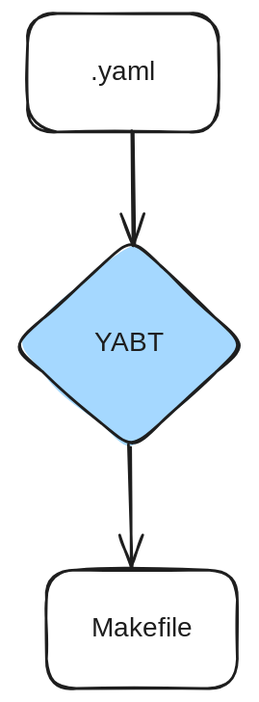
abhiroopdatta7/YABT keeps this Excalidraw diagram as images/idea.excalidraw.svg. Above is the earlier version. Source tidied: one line per element, renumbered; positions are measured from the earlier drawing's top-left corner, leaving out a move shared by most shapes. Its diagram source:
```json
{"id": 0, "type": "rectangle", "strokeColor": "#1e1e1e", "strokeWidth": 2, "roughness": 1, "round": true, "x": 10, "y": 0, "width": 142, "height": 88}
{"id": 1, "type": "text", "text": ".yaml", "strokeColor": "#1e1e1e", "strokeWidth": 2, "roughness": 1, "fontSize": 20, "fontFamily": 5, "textAlign": "center", "verticalAlign": "middle", "inside": 0, "x": 59, "y": 31, "width": 45, "height": 25}
{"id": 2, "type": "rectangle", "strokeColor": "#1e1e1e", "strokeWidth": 2, "roughness": 1, "round": true, "x": 24, "y": 412, "width": 142, "height": 88}
{"id": 3, "type": "text", "text": "Makefile", "strokeColor": "#1e1e1e", "strokeWidth": 2, "roughness": 1, "fontSize": 20, "fontFamily": 5, "textAlign": "center", "verticalAlign": "middle", "inside": 2, "x": 56, "y": 444, "width": 78, "height": 25}
{"id": 4, "type": "diamond", "strokeColor": "#1e1e1e", "backgroundColor": "#a5d8ff", "fillStyle": "solid", "strokeWidth": 2, "roughness": 1, "round": true, "x": 0, "y": 167, "width": 172, "height": 157}
{"id": 5, "type": "text", "text": "YABT", "strokeColor": "#1e1e1e", "strokeWidth": 2, "roughness": 1, "fontSize": 20, "fontFamily": 5, "textAlign": "center", "verticalAlign": "middle", "inside": 4, "x": 59, "y": 232, "width": 55, "height": 25}
{"id": 6, "type": "arrow", "strokeColor": "#1e1e1e", "strokeWidth": 2, "roughness": 1, "endArrowhead": "arrow", "round": true, "from": 0, "to": 4, "x": 88, "y": 88, "width": 2, "height": 82, "points": [[0, 0], [2, 82]]}
{"id": 7, "type": "arrow", "strokeColor": "#1e1e1e", "strokeWidth": 2, "roughness": 1, "endArrowhead": "arrow", "round": true, "from": 4, "to": 2, "x": 86, "y": 320, "width": 1, "height": 91, "points": [[0, 0], [1, 91]]}
```
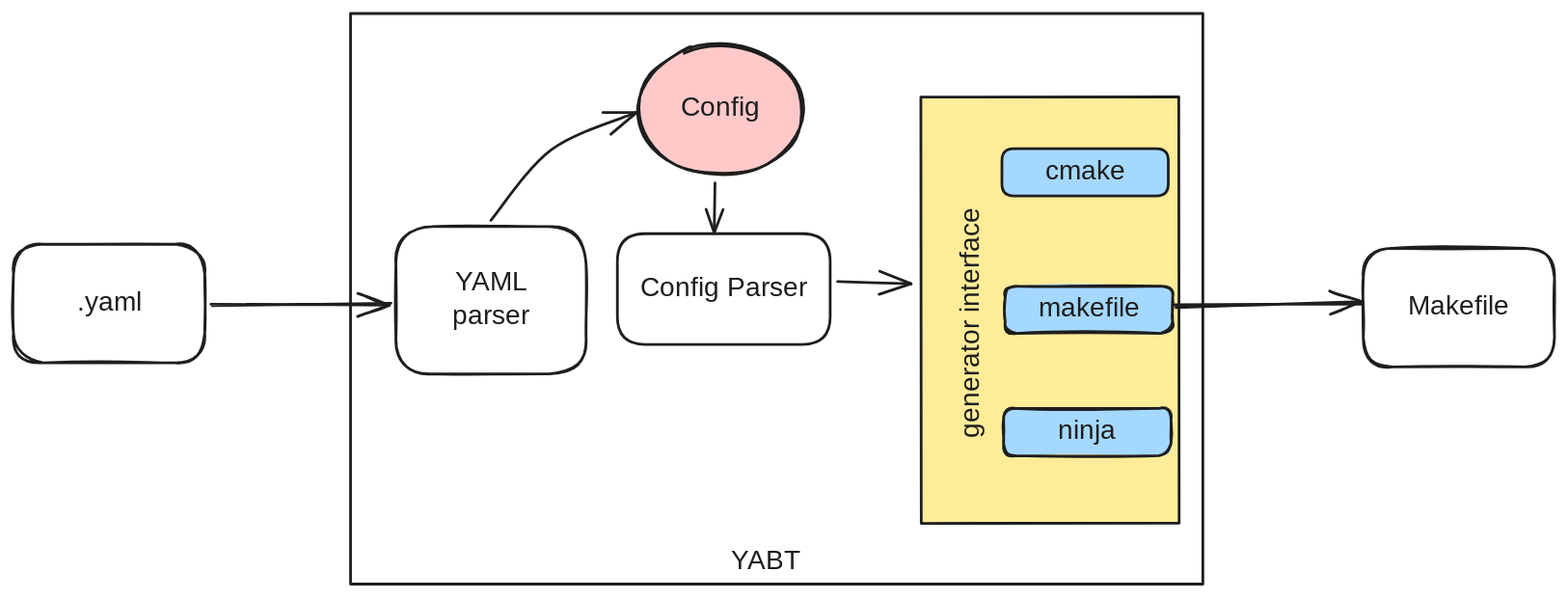
After the change.

Commit message:
update idea image with different modules

Change to the diagram source:
```diff
@@ -1,8 +1,25 @@
-{"id": 0, "type": "rectangle", "strokeColor": "#1e1e1e", "strokeWidth": 2, "roughness": 1, "round": true, "x": 10, "y": 0, "width": 142, "height": 88}
+{"id": 0, "type": "rectangle", "strokeColor": "#1e1e1e", "strokeWidth": 2, "roughness": 1, "round": true, "x": -325, "y": 121, "width": 142, "height": 88}
-{"id": 1, "type": "text", "text": ".yaml", "strokeColor": "#1e1e1e", "strokeWidth": 2, "roughness": 1, "fontSize": 20, "fontFamily": 5, "textAlign": "center", "verticalAlign": "middle", "inside": 0, "x": 59, "y": 31, "width": 45, "height": 25}
+{"id": 1, "type": "text", "text": ".yaml", "strokeColor": "#1e1e1e", "strokeWidth": 2, "roughness": 1, "fontSize": 20, "fontFamily": 5, "textAlign": "center", "verticalAlign": "middle", "inside": 0, "x": -277, "y": 152, "width": 45, "height": 25}
-{"id": 2, "type": "rectangle", "strokeColor": "#1e1e1e", "strokeWidth": 2, "roughness": 1, "round": true, "x": 24, "y": 412, "width": 142, "height": 88}
+{"id": 2, "type": "rectangle", "strokeColor": "#1e1e1e", "strokeWidth": 2, "roughness": 1, "round": true, "x": 675, "y": 124, "width": 142, "height": 88}
-{"id": 3, "type": "text", "text": "Makefile", "strokeColor": "#1e1e1e", "strokeWidth": 2, "roughness": 1, "fontSize": 20, "fontFamily": 5, "textAlign": "center", "verticalAlign": "middle", "inside": 2, "x": 56, "y": 444, "width": 78, "height": 25}
+{"id": 3, "type": "text", "text": "Makefile", "strokeColor": "#1e1e1e", "strokeWidth": 2, "roughness": 1, "fontSize": 20, "fontFamily": 5, "textAlign": "center", "verticalAlign": "middle", "inside": 2, "x": 706, "y": 156, "width": 78, "height": 25}
-{"id": 4, "type": "diamond", "strokeColor": "#1e1e1e", "backgroundColor": "#a5d8ff", "fillStyle": "solid", "strokeWidth": 2, "roughness": 1, "round": true, "x": 0, "y": 167, "width": 172, "height": 157}
+{"id": 6, "type": "arrow", "strokeColor": "#1e1e1e", "strokeWidth": 2, "roughness": 1, "endArrowhead": "arrow", "round": true, "from": 0, "to": 11, "x": -178, "y": 167, "width": 133, "height": 2, "points": [[0, 0], [133, -2]]}
+{"id": 8, "type": "rectangle", "strokeColor": "#1e1e1e", "strokeWidth": 2, "roughness": 0, "x": -75, "y": -50, "width": 631, "height": 422}
+{"id": 9, "type": "rectangle", "strokeColor": "#1e1e1e", "angle": 4.71, "backgroundColor": "#ffec99", "fillStyle": "solid", "strokeWidth": 2, "roughness": 0, "x": 285, "y": 74, "width": 316, "height": 191}
+{"id": 10, "type": "text", "text": "generator interface", "strokeColor": "#1e1e1e", "angle": 4.71, "backgroundColor": "#ffec99", "fillStyle": "solid", "strokeWidth": 2, "roughness": 1, "fontSize": 20, "fontFamily": 5, "verticalAlign": "middle", "inside": 9, "x": 290, "y": 157, "width": 189, "height": 25}
+{"id": 11, "type": "rectangle", "strokeColor": "#1e1e1e", "strokeWidth": 2, "roughness": 1, "round": true, "x": -42, "y": 108, "width": 141, "height": 109}
+{"id": 12, "type": "text", "text": "YAML\nparser", "strokeColor": "#1e1e1e", "strokeWidth": 2, "roughness": 1, "fontSize": 20, "fontFamily": 5, "textAlign": "center", "verticalAlign": "middle", "inside": 11, "x": -1, "y": 138, "width": 60, "height": 50}
+{"id": 13, "type": "rectangle", "strokeColor": "#1e1e1e", "backgroundColor": "#a5d8ff", "fillStyle": "solid", "strokeWidth": 2, "roughness": 1, "round": true, "x": 410, "y": 152, "width": 124, "height": 35}
+{"id": 14, "type": "text", "text": "makefile", "strokeColor": "#1e1e1e", "backgroundColor": "#a5d8ff", "fillStyle": "solid", "strokeWidth": 2, "roughness": 1, "fontSize": 20, "fontFamily": 5, "textAlign": "center", "verticalAlign": "middle", "inside": 13, "x": 433, "y": 157, "width": 76, "height": 25}
+{"id": 15, "type": "ellipse", "strokeColor": "#1e1e1e", "backgroundColor": "#ffc9c9", "fillStyle": "solid", "strokeWidth": 2, "roughness": 1, "round": true, "x": 138, "y": -27, "width": 122, "height": 96}
+{"id": 16, "type": "text", "text": "Config", "strokeColor": "#1e1e1e", "backgroundColor": "#a5d8ff", "fillStyle": "solid", "strokeWidth": 2, "roughness": 1, "fontSize": 20, "fontFamily": 5, "textAlign": "center", "verticalAlign": "middle", "inside": 15, "x": 169, "y": 8, "width": 61, "height": 25}
+{"id": 17, "type": "arrow", "strokeColor": "#1e1e1e", "backgroundColor": "#a5d8ff", "fillStyle": "solid", "strokeWidth": 2, "roughness": 0, "endArrowhead": "arrow", "round": true, "from": 11, "to": 15, "x": 29, "y": 103, "width": 108, "height": 80, "points": [[0, 0], [45, -52], [108, -80]]}
+{"id": 18, "type": "rectangle", "strokeColor": "#1e1e1e", "strokeWidth": 2, "roughness": 0, "round": true, "x": 122, "y": 113, "width": 158, "height": 82}
+{"id": 19, "type": "text", "text": "Config Parser", "strokeColor": "#1e1e1e", "strokeWidth": 2, "roughness": 0, "fontSize": 20, "fontFamily": 5, "textAlign": "center", "verticalAlign": "middle", "inside": 18, "x": 135, "y": 142, "width": 132, "height": 25}
+{"id": 20, "type": "arrow", "strokeColor": "#1e1e1e", "strokeWidth": 2, "roughness": 0, "endArrowhead": "arrow", "round": true, "from": 15, "to": 18, "x": 195, "y": 76, "width": 1, "height": 37, "points": [[0, 0], [-1, 37]]}
+{"id": 21, "type": "rectangle", "strokeColor": "#1e1e1e", "backgroundColor": "#a5d8ff", "fillStyle": "solid", "strokeWidth": 2, "roughness": 1, "round": true, "x": 408, "y": 243, "width": 124, "height": 35}
+{"id": 22, "type": "text", "text": "ninja", "strokeColor": "#1e1e1e", "backgroundColor": "#a5d8ff", "fillStyle": "solid", "strokeWidth": 2, "roughness": 1, "fontSize": 20, "fontFamily": 5, "textAlign": "center", "verticalAlign": "middle", "inside": 21, "x": 448, "y": 248, "width": 44, "height": 25}
+{"id": 23, "type": "rectangle", "strokeColor": "#1e1e1e", "backgroundColor": "#a5d8ff", "fillStyle": "solid", "strokeWidth": 2, "roughness": 0, "round": true, "x": 407, "y": 50, "width": 123, "height": 35}
+{"id": 24, "type": "text", "text": "cmake", "strokeColor": "#1e1e1e", "backgroundColor": "#ffc9c9", "fillStyle": "solid", "strokeWidth": 2, "roughness": 0, "fontSize": 20, "fontFamily": 5, "textAlign": "center", "verticalAlign": "middle", "inside": 23, "x": 441, "y": 55, "width": 56, "height": 25}
+{"id": 25, "type": "arrow", "strokeColor": "#1e1e1e", "backgroundColor": "#a5d8ff", "fillStyle": "solid", "strokeWidth": 2, "roughness": 0, "endArrowhead": "arrow", "round": true, "from": 18, "to": 9, "x": 285, "y": 149, "width": 54, "height": 2, "points": [[0, 0], [54, 2]]}
-{"id": 5, "type": "text", "text": "YABT", "strokeColor": "#1e1e1e", "strokeWidth": 2, "roughness": 1, "fontSize": 20, "fontFamily": 5, "textAlign": "center", "verticalAlign": "middle", "inside": 4, "x": 59, "y": 232, "width": 55, "height": 25}
+{"id": 5, "type": "text", "text": "YABT", "strokeColor": "#1e1e1e", "backgroundColor": "#a5d8ff", "fillStyle": "solid", "strokeWidth": 2, "roughness": 0, "fontSize": 20, "fontFamily": 5, "x": 206, "y": 344, "width": 55, "height": 25}
-{"id": 6, "type": "arrow", "strokeColor": "#1e1e1e", "strokeWidth": 2, "roughness": 1, "endArrowhead": "arrow", "round": true, "from": 0, "to": 4, "x": 88, "y": 88, "width": 2, "height": 82, "points": [[0, 0], [2, 82]]}
-{"id": 7, "type": "arrow", "strokeColor": "#1e1e1e", "strokeWidth": 2, "roughness": 1, "endArrowhead": "arrow", "round": true, "from": 4, "to": 2, "x": 86, "y": 320, "width": 1, "height": 91, "points": [[0, 0], [1, 91]]}
+{"id": 7, "type": "arrow", "strokeColor": "#1e1e1e", "strokeWidth": 2, "roughness": 1, "endArrowhead": "arrow", "round": true, "from": 13, "to": 2, "x": 536, "y": 167, "width": 138, "height": 2, "points": [[0, 0], [138, -2]]}
```
